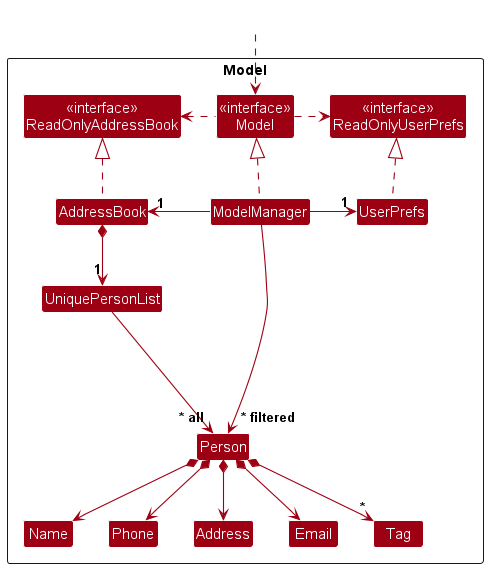
Before: docs/images/ModelClassDiagram.png, a diagram exported from PlantUML (nus-cs2103-AY2425S1/tp).
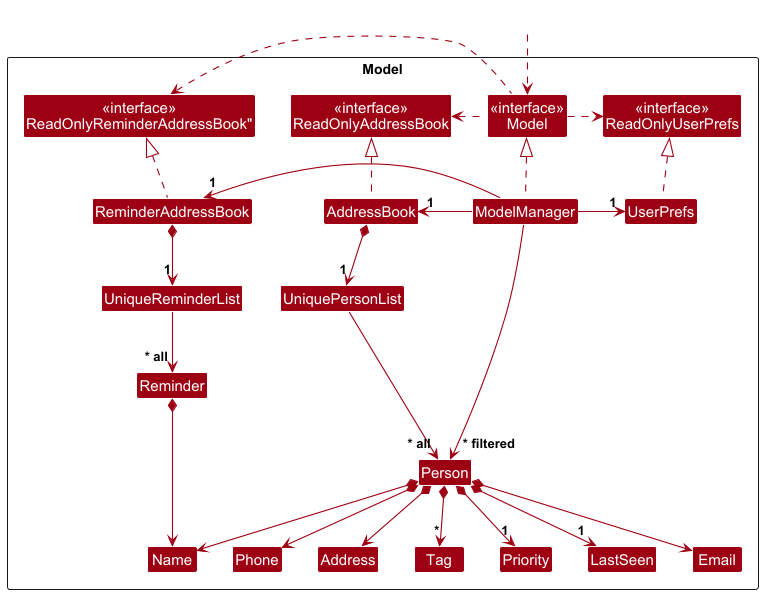
Above is the later version.

What changed in the source:
```diff
@@ -7,10 +7,12 @@
 Package Model as ModelPackage <<Rectangle>>{
 Class "<<interface>>\nReadOnlyAddressBook" as ReadOnlyAddressBook
 Class "<<interface>>\nReadOnlyUserPrefs" as ReadOnlyUserPrefs
+Class "<<interface>>\nReadOnlyReminderAddressBook"" as ReadOnlyReminderAddressBook
 Class "<<interface>>\nModel" as Model
 Class AddressBook
 Class ModelManager
 Class UserPrefs
+Class ReminderAddressBook
 
 Class UniquePersonList
 Class Person
@@ -19,6 +21,10 @@
 Class Name
 Class Phone
 Class Tag
+Class Priority
+Class LastSeen
+Class Reminder
+Class UniqueReminderList
 
 Class I #FFFFFF
 }
@@ -27,21 +33,29 @@
 HiddenOutside ..> Model
 
 AddressBook .up.|> ReadOnlyAddressBook
+ReminderAddressBook .up.|> ReadOnlyReminderAddressBook
 
 ModelManager .up.|> Model
 Model .right.> ReadOnlyUserPrefs
 Model .left.> ReadOnlyAddressBook
+Model .left.> ReadOnlyReminderAddressBook
 ModelManager -left-> "1" AddressBook
+ModelManager -left-> "1" ReminderAddressBook
 ModelManager -right-> "1" UserPrefs
 UserPrefs .up.|> ReadOnlyUserPrefs
 
 AddressBook *--> "1" UniquePersonList
+ReminderAddressBook *--> "1" UniqueReminderList
+UniqueReminderList --> "~* all" Reminder
+Reminder *--> Name
 UniquePersonList --> "~* all" Person
 Person *--> Name
 Person *--> Phone
 Person *--> Email
 Person *--> Address
 Person *--> "*" Tag
+Person *--> "1" Priority
+Person *--> "1" LastSeen
 
 Person -[hidden]up--> I
 UniquePersonList -[hidden]right-> I
```
